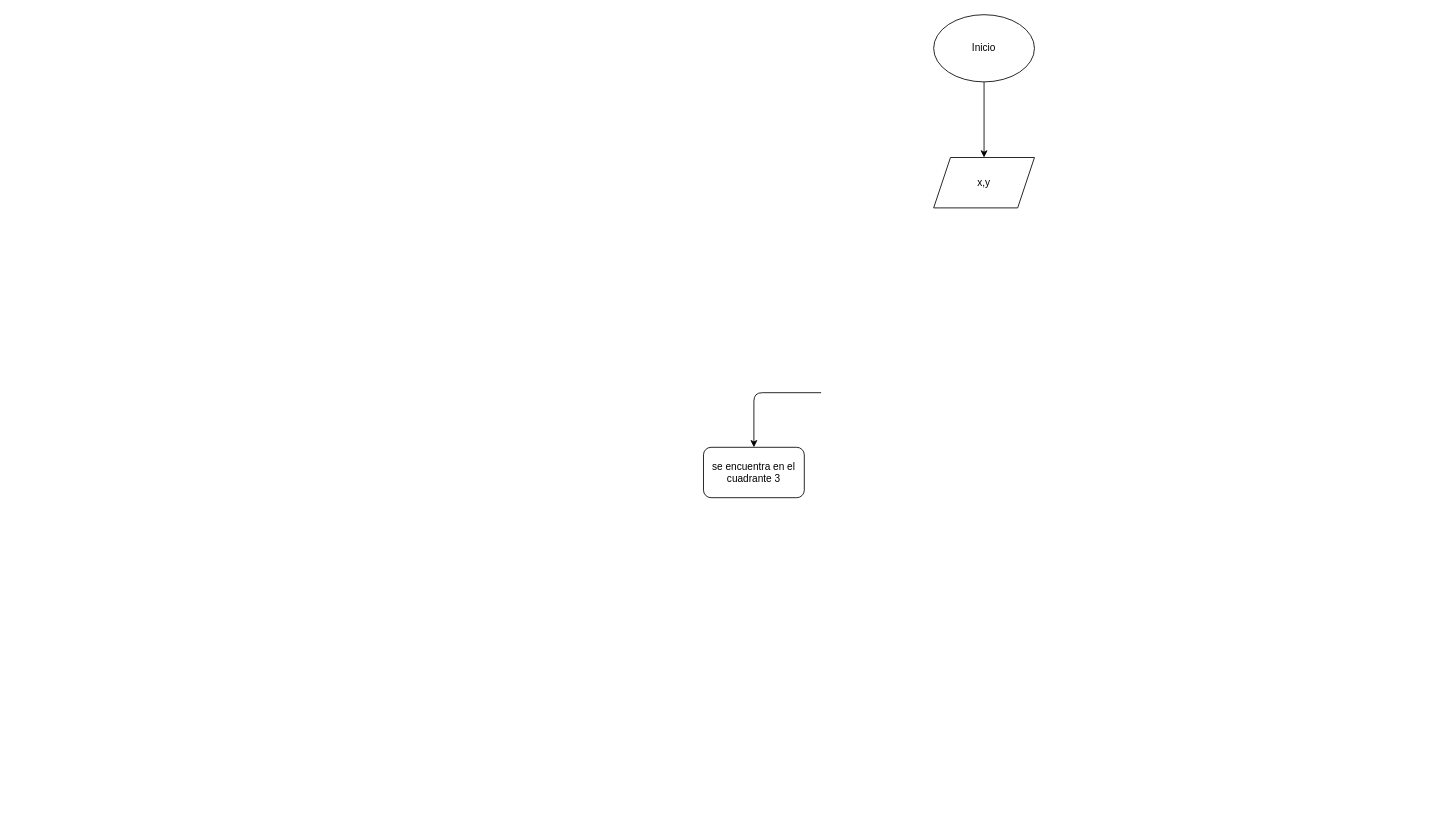
Before: ejercicio_1/diagrama.drawio in Orlando77111/taller_condicinales, a draw.io diagram. Source tidied: cells renumbered, new cells numbered last; positions are measured from the earlier drawing's top-left corner, leaving out a move shared by most shapes. Both pictures are drawn from the tidied source at 84%, with x=0, y=0 at pixel (703, 14).
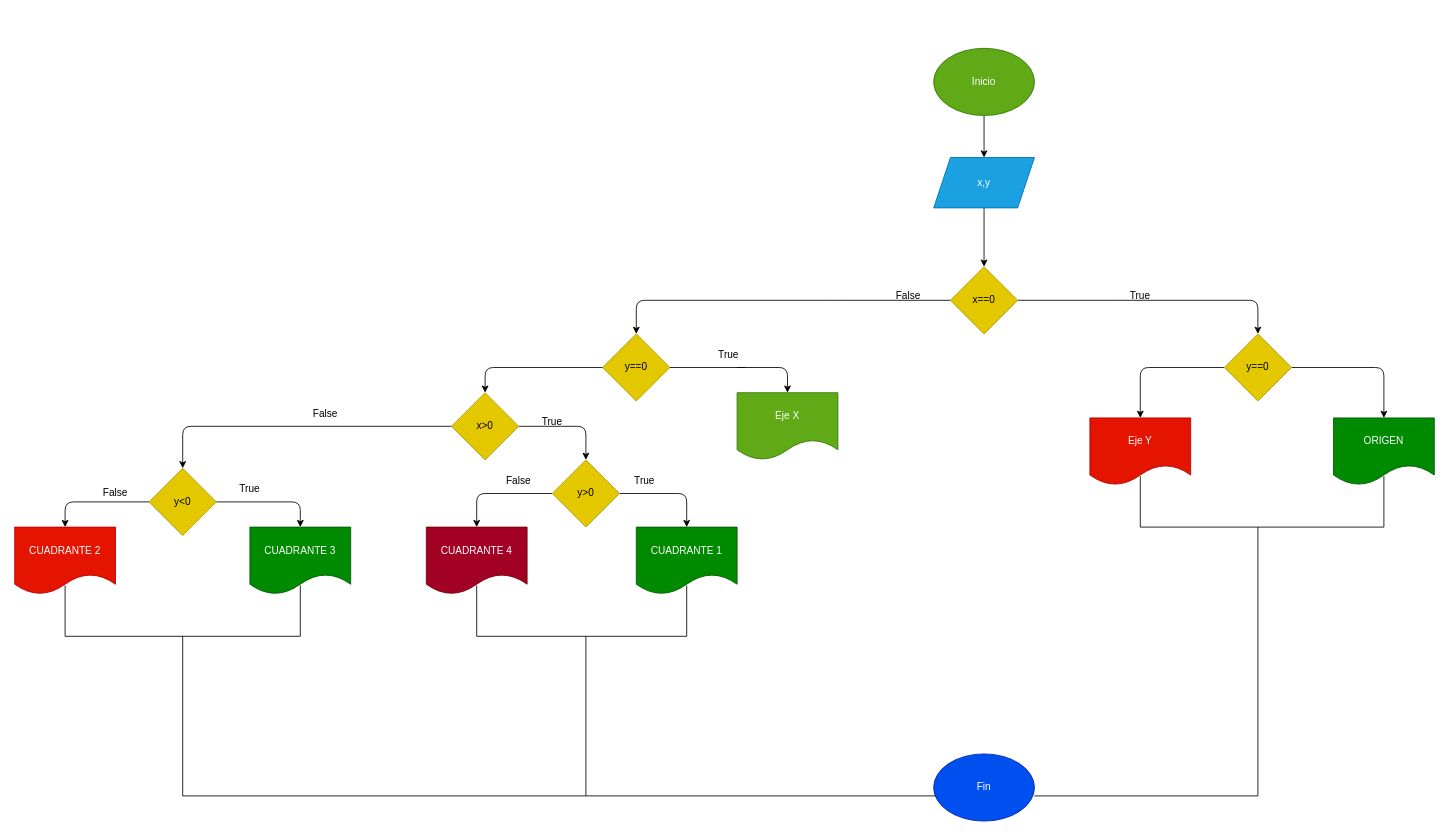
The same page after the edit.

Change to the diagram source:
```diff
@@
-    <mxCell id="2" style="edgeStyle=none;html=1;" parent="1" edge="1" source="3" target="4">
-      <mxGeometry relative="1" as="geometry" />
-    </mxCell>
-    <mxCell id="3" value="Inicio" style="ellipse;whiteSpace=wrap;html=1;" parent="1" vertex="1">
-      <mxGeometry x="274" width="120" height="80" as="geometry" />
-    </mxCell>
+    <mxCell id="7" style="edgeStyle=none;html=1;" parent="1" edge="1" source="5" target="4">
+      <mxGeometry relative="1" as="geometry" />
+    </mxCell>
+    <mxCell id="5" value="Inicio" style="ellipse;whiteSpace=wrap;html=1;fillColor=#60a917;fontColor=#ffffff;strokeColor=#2D7600;" parent="1" vertex="1">
+      <mxGeometry x="274" y="40" width="120" height="80" as="geometry" />
+    </mxCell>
+    <mxCell id="8" style="edgeStyle=none;html=1;" parent="1" edge="1" source="4" target="11">
+      <mxGeometry relative="1" as="geometry" />
+    </mxCell>
-    <mxCell id="4" value="x,y" style="shape=parallelogram;perimeter=parallelogramPerimeter;whiteSpace=wrap;html=1;fixedSize=1;" parent="1" vertex="1">
+    <mxCell id="4" value="x,y" style="shape=parallelogram;perimeter=parallelogramPerimeter;whiteSpace=wrap;html=1;fixedSize=1;fillColor=#1ba1e2;fontColor=#ffffff;strokeColor=#006EAF;" parent="1" vertex="1">
       <mxGeometry x="274" y="170" width="120" height="60" as="geometry" />
     </mxCell>
-    <mxCell id="5" style="edgeStyle=none;html=1;entryX=0.5;entryY=0;entryDx=0;entryDy=0;" parent="1" edge="1" target="6">
-      <mxGeometry relative="1" as="geometry">
-        <mxPoint x="140" y="450" as="sourcePoint" />
-        <Array as="points">
-          <mxPoint x="60" y="450" />
-        </Array>
-      </mxGeometry>
-    </mxCell>
-    <mxCell id="6" value="se encuentra en el cuadrante 3" style="rounded=1;whiteSpace=wrap;html=1;" parent="1" vertex="1">
-      <mxGeometry y="515" width="120" height="60" as="geometry" />
-    </mxCell>
+    <mxCell id="9" style="edgeStyle=none;html=1;entryX=0.5;entryY=0;entryDx=0;entryDy=0;" parent="1" edge="1" source="11" target="14">
+      <mxGeometry relative="1" as="geometry">
+        <Array as="points">
+          <mxPoint x="160" y="340" />
+          <mxPoint x="-80" y="340" />
+        </Array>
+      </mxGeometry>
+    </mxCell>
+    <mxCell id="10" style="edgeStyle=none;html=1;entryX=0.5;entryY=0;entryDx=0;entryDy=0;" parent="1" edge="1" source="11" target="18">
+      <mxGeometry relative="1" as="geometry">
+        <Array as="points">
+          <mxPoint x="500" y="340" />
+          <mxPoint x="660" y="340" />
+        </Array>
+      </mxGeometry>
+    </mxCell>
+    <mxCell id="11" value="x==0" style="rhombus;whiteSpace=wrap;html=1;fillColor=#e3c800;fontColor=#000000;strokeColor=#B09500;" parent="1" vertex="1">
+      <mxGeometry x="294" y="300" width="80" height="80" as="geometry" />
+    </mxCell>
+    <mxCell id="12" style="edgeStyle=none;html=1;entryX=0.5;entryY=0;entryDx=0;entryDy=0;startArrow=none;" parent="1" edge="1" target="23">
+      <mxGeometry relative="1" as="geometry">
+        <mxPoint x="40" y="420" as="sourcePoint" />
+        <Array as="points">
+          <mxPoint x="100" y="420" />
+        </Array>
+      </mxGeometry>
+    </mxCell>
+    <mxCell id="13" style="edgeStyle=none;html=1;entryX=0.5;entryY=0;entryDx=0;entryDy=0;" parent="1" edge="1" source="14">
+      <mxGeometry relative="1" as="geometry">
+        <mxPoint x="-260" y="450" as="targetPoint" />
+        <Array as="points">
+          <mxPoint x="-260" y="420" />
+        </Array>
+      </mxGeometry>
+    </mxCell>
+    <mxCell id="14" value="y==0" style="rhombus;whiteSpace=wrap;html=1;fillColor=#e3c800;fontColor=#000000;strokeColor=#B09500;" parent="1" vertex="1">
+      <mxGeometry x="-120" y="380" width="80" height="80" as="geometry" />
+    </mxCell>
+    <mxCell id="15" value="False" style="text;html=1;strokeColor=none;fillColor=none;align=center;verticalAlign=middle;whiteSpace=wrap;rounded=0;" parent="1" vertex="1">
+      <mxGeometry x="214" y="320" width="60" height="30" as="geometry" />
+    </mxCell>
+    <mxCell id="16" style="edgeStyle=none;html=1;entryX=0.5;entryY=0;entryDx=0;entryDy=0;" parent="1" edge="1" source="18" target="20">
+      <mxGeometry relative="1" as="geometry">
+        <Array as="points">
+          <mxPoint x="520" y="420" />
+        </Array>
+      </mxGeometry>
+    </mxCell>
+    <mxCell id="17" style="edgeStyle=none;html=1;entryX=0.5;entryY=0;entryDx=0;entryDy=0;" parent="1" edge="1" source="18" target="21">
+      <mxGeometry relative="1" as="geometry">
+        <Array as="points">
+          <mxPoint x="810" y="420" />
+        </Array>
+      </mxGeometry>
+    </mxCell>
+    <mxCell id="18" value="y==0" style="rhombus;whiteSpace=wrap;html=1;fillColor=#e3c800;fontColor=#000000;strokeColor=#B09500;" parent="1" vertex="1">
+      <mxGeometry x="620" y="380" width="80" height="80" as="geometry" />
+    </mxCell>
+    <mxCell id="19" value="True" style="text;html=1;strokeColor=none;fillColor=none;align=center;verticalAlign=middle;whiteSpace=wrap;rounded=0;" parent="1" vertex="1">
+      <mxGeometry x="490" y="320" width="60" height="30" as="geometry" />
+    </mxCell>
+    <mxCell id="20" value="Eje Y" style="shape=document;whiteSpace=wrap;html=1;boundedLbl=1;fillColor=#e51400;fontColor=#ffffff;strokeColor=#B20000;" parent="1" vertex="1">
+      <mxGeometry x="460" y="480" width="120" height="80" as="geometry" />
+    </mxCell>
+    <mxCell id="21" value="ORIGEN" style="shape=document;whiteSpace=wrap;html=1;boundedLbl=1;fillColor=#008a00;fontColor=#ffffff;strokeColor=#005700;" parent="1" vertex="1">
+      <mxGeometry x="750" y="480" width="120" height="80" as="geometry" />
+    </mxCell>
+    <mxCell id="22" style="shape=partialRectangle;whiteSpace=wrap;html=1;bottom=1;right=1;left=1;top=0;fillColor=none;routingCenterX=-0.5;" parent="1" vertex="1">
+      <mxGeometry x="520" y="550" width="290" height="60" as="geometry" />
+    </mxCell>
+    <mxCell id="23" value="Eje X" style="shape=document;whiteSpace=wrap;html=1;boundedLbl=1;fillColor=#60a917;fontColor=#ffffff;strokeColor=#2D7600;" parent="1" vertex="1">
+      <mxGeometry x="40" y="450" width="120" height="80" as="geometry" />
+    </mxCell>
+    <mxCell id="24" style="edgeStyle=none;html=1;endArrow=none;" parent="1" edge="1" source="14">
+      <mxGeometry relative="1" as="geometry">
+        <mxPoint x="50" y="420" as="targetPoint" />
+      </mxGeometry>
+    </mxCell>
+    <mxCell id="25" value="True" style="text;html=1;strokeColor=none;fillColor=none;align=center;verticalAlign=middle;whiteSpace=wrap;rounded=0;" parent="1" vertex="1">
+      <mxGeometry y="390" width="60" height="30" as="geometry" />
+    </mxCell>
+    <mxCell id="26" style="edgeStyle=none;html=1;entryX=0.5;entryY=0;entryDx=0;entryDy=0;" parent="1" edge="1" source="28" target="31">
+      <mxGeometry relative="1" as="geometry">
+        <Array as="points">
+          <mxPoint x="-140" y="490" />
+        </Array>
+      </mxGeometry>
+    </mxCell>
+    <mxCell id="27" style="edgeStyle=none;html=1;entryX=0.5;entryY=0;entryDx=0;entryDy=0;" parent="1" edge="1" source="28" target="39">
+      <mxGeometry relative="1" as="geometry">
+        <Array as="points">
+          <mxPoint x="-620" y="490" />
+        </Array>
+      </mxGeometry>
+    </mxCell>
+    <mxCell id="28" value="x&amp;gt;0" style="rhombus;whiteSpace=wrap;html=1;fillColor=#e3c800;fontColor=#000000;strokeColor=#B09500;" parent="1" vertex="1">
+      <mxGeometry x="-300" y="450" width="80" height="80" as="geometry" />
+    </mxCell>
+    <mxCell id="29" style="edgeStyle=none;html=1;entryX=0.5;entryY=0;entryDx=0;entryDy=0;" parent="1" edge="1" source="31" target="33">
+      <mxGeometry relative="1" as="geometry">
+        <Array as="points">
+          <mxPoint x="-20" y="570" />
+        </Array>
+      </mxGeometry>
+    </mxCell>
+    <mxCell id="30" style="edgeStyle=none;html=1;entryX=0.5;entryY=0;entryDx=0;entryDy=0;" parent="1" edge="1" source="31" target="35">
+      <mxGeometry relative="1" as="geometry">
+        <Array as="points">
+          <mxPoint x="-270" y="570" />
+        </Array>
+      </mxGeometry>
+    </mxCell>
+    <mxCell id="31" value="y&amp;gt;0" style="rhombus;whiteSpace=wrap;html=1;fillColor=#e3c800;fontColor=#000000;strokeColor=#B09500;" parent="1" vertex="1">
+      <mxGeometry x="-180" y="530" width="80" height="80" as="geometry" />
+    </mxCell>
+    <mxCell id="32" value="True" style="text;html=1;strokeColor=none;fillColor=none;align=center;verticalAlign=middle;whiteSpace=wrap;rounded=0;" parent="1" vertex="1">
+      <mxGeometry x="-210" y="470" width="60" height="30" as="geometry" />
+    </mxCell>
+    <mxCell id="33" value="CUADRANTE 1" style="shape=document;whiteSpace=wrap;html=1;boundedLbl=1;fillColor=#008a00;fontColor=#ffffff;strokeColor=#005700;" parent="1" vertex="1">
+      <mxGeometry x="-80" y="610" width="120" height="80" as="geometry" />
+    </mxCell>
+    <mxCell id="34" value="True" style="text;html=1;strokeColor=none;fillColor=none;align=center;verticalAlign=middle;whiteSpace=wrap;rounded=0;" parent="1" vertex="1">
+      <mxGeometry x="-100" y="540" width="60" height="30" as="geometry" />
+    </mxCell>
+    <mxCell id="35" value="CUADRANTE 4" style="shape=document;whiteSpace=wrap;html=1;boundedLbl=1;fillColor=#a20025;fontColor=#ffffff;strokeColor=#6F0000;" parent="1" vertex="1">
+      <mxGeometry x="-330" y="610" width="120" height="80" as="geometry" />
+    </mxCell>
+    <mxCell id="36" value="False" style="text;html=1;strokeColor=none;fillColor=none;align=center;verticalAlign=middle;whiteSpace=wrap;rounded=0;" parent="1" vertex="1">
+      <mxGeometry x="-250" y="540" width="60" height="30" as="geometry" />
+    </mxCell>
+    <mxCell id="37" style="edgeStyle=none;html=1;entryX=0.5;entryY=0;entryDx=0;entryDy=0;" parent="1" edge="1" source="39" target="41">
+      <mxGeometry relative="1" as="geometry">
+        <Array as="points">
+          <mxPoint x="-480" y="580" />
+        </Array>
+      </mxGeometry>
+    </mxCell>
+    <mxCell id="38" style="edgeStyle=none;html=1;entryX=0.5;entryY=0;entryDx=0;entryDy=0;" parent="1" edge="1" source="39" target="43">
+      <mxGeometry relative="1" as="geometry">
+        <Array as="points">
+          <mxPoint x="-760" y="580" />
+        </Array>
+      </mxGeometry>
+    </mxCell>
+    <mxCell id="39" value="y&amp;lt;0" style="rhombus;whiteSpace=wrap;html=1;fillColor=#e3c800;fontColor=#000000;strokeColor=#B09500;" parent="1" vertex="1">
+      <mxGeometry x="-660" y="540" width="80" height="80" as="geometry" />
+    </mxCell>
+    <mxCell id="40" value="False" style="text;html=1;strokeColor=none;fillColor=none;align=center;verticalAlign=middle;whiteSpace=wrap;rounded=0;" parent="1" vertex="1">
+      <mxGeometry x="-480" y="460" width="60" height="30" as="geometry" />
+    </mxCell>
+    <mxCell id="41" value="CUADRANTE 3" style="shape=document;whiteSpace=wrap;html=1;boundedLbl=1;fillColor=#008a00;fontColor=#ffffff;strokeColor=#005700;" parent="1" vertex="1">
+      <mxGeometry x="-540" y="610" width="120" height="80" as="geometry" />
+    </mxCell>
+    <mxCell id="42" value="True" style="text;html=1;strokeColor=none;fillColor=none;align=center;verticalAlign=middle;whiteSpace=wrap;rounded=0;" parent="1" vertex="1">
+      <mxGeometry x="-570" y="550" width="60" height="30" as="geometry" />
+    </mxCell>
+    <mxCell id="43" value="CUADRANTE 2" style="shape=document;whiteSpace=wrap;html=1;boundedLbl=1;fillColor=#e51400;fontColor=#ffffff;strokeColor=#B20000;" parent="1" vertex="1">
+      <mxGeometry x="-820" y="610" width="120" height="80" as="geometry" />
+    </mxCell>
+    <mxCell id="44" value="False" style="text;html=1;strokeColor=none;fillColor=none;align=center;verticalAlign=middle;whiteSpace=wrap;rounded=0;" parent="1" vertex="1">
+      <mxGeometry x="-730" y="555" width="60" height="30" as="geometry" />
+    </mxCell>
+    <mxCell id="45" style="shape=partialRectangle;whiteSpace=wrap;html=1;bottom=1;right=1;left=1;top=0;fillColor=none;routingCenterX=-0.5;" parent="1" vertex="1">
+      <mxGeometry x="-760" y="680" width="280" height="60" as="geometry" />
+    </mxCell>
+    <mxCell id="46" style="shape=partialRectangle;whiteSpace=wrap;html=1;bottom=1;right=1;left=1;top=0;fillColor=none;routingCenterX=-0.5;" parent="1" vertex="1">
+      <mxGeometry x="-270" y="680" width="250" height="60" as="geometry" />
+    </mxCell>
+    <mxCell id="47" value="Fin" style="ellipse;whiteSpace=wrap;html=1;fillColor=#0050ef;fontColor=#ffffff;strokeColor=#001DBC;" parent="1" vertex="1">
+      <mxGeometry x="274" y="880" width="120" height="80" as="geometry" />
+    </mxCell>
+    <mxCell id="48" style="endArrow=none;html=1;" parent="1" edge="1">
+      <mxGeometry relative="1" as="geometry">
+        <mxPoint x="-620" y="930" as="sourcePoint" />
+        <mxPoint x="-620" y="740" as="targetPoint" />
+      </mxGeometry>
+    </mxCell>
+    <mxCell id="49" style="endArrow=none;html=1;" parent="1" edge="1">
+      <mxGeometry relative="1" as="geometry">
+        <mxPoint x="-140" y="930" as="sourcePoint" />
+        <mxPoint x="-140" y="740" as="targetPoint" />
+      </mxGeometry>
+    </mxCell>
+    <mxCell id="50" style="endArrow=none;html=1;entryX=0.025;entryY=0.625;entryDx=0;entryDy=0;entryPerimeter=0;" parent="1" edge="1" target="47">
+      <mxGeometry relative="1" as="geometry">
+        <mxPoint x="-620" y="930" as="sourcePoint" />
+      </mxGeometry>
+    </mxCell>
+    <mxCell id="51" style="endArrow=none;html=1;" parent="1" edge="1">
+      <mxGeometry relative="1" as="geometry">
+        <mxPoint x="660" y="930" as="sourcePoint" />
+        <mxPoint x="660" y="610" as="targetPoint" />
+      </mxGeometry>
+    </mxCell>
+    <mxCell id="52" style="endArrow=none;html=1;" parent="1" edge="1">
+      <mxGeometry relative="1" as="geometry">
+        <mxPoint x="394" y="930" as="sourcePoint" />
+        <mxPoint x="660" y="930" as="targetPoint" />
+      </mxGeometry>
+    </mxCell>
```
